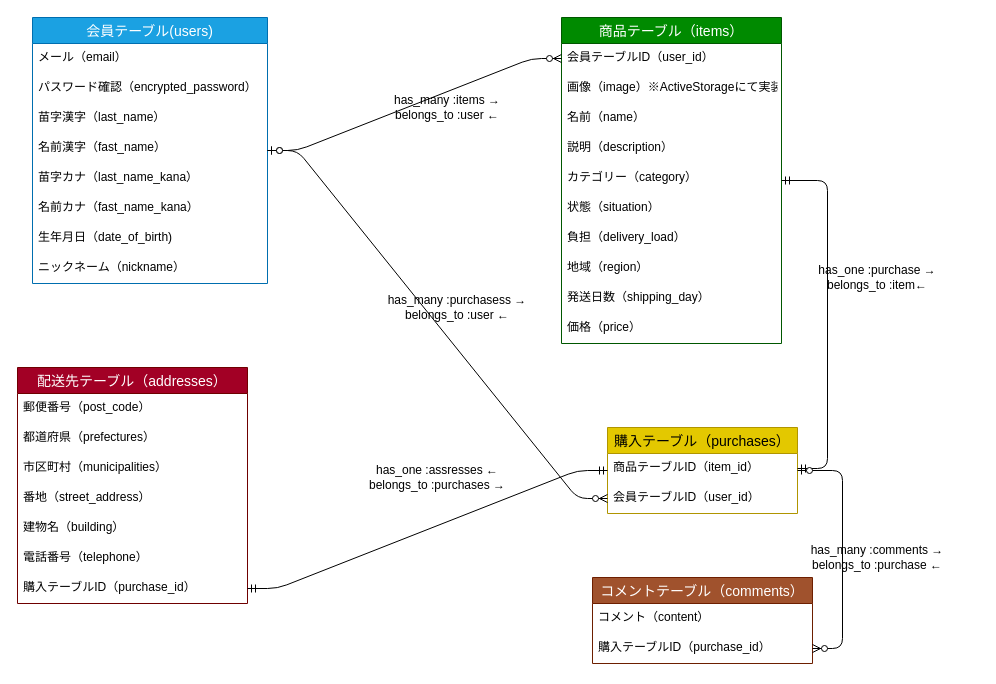
This is furima.dio from soushi0126/furima-39772, a draw.io file, before an edit. Source tidied: cells renumbered, new cells numbered last; positions are measured from the earlier drawing's top-left corner, leaving out a move shared by most shapes. Both pictures are drawn from the tidied source at 100%, with x=0, y=0 at pixel (17, 17).
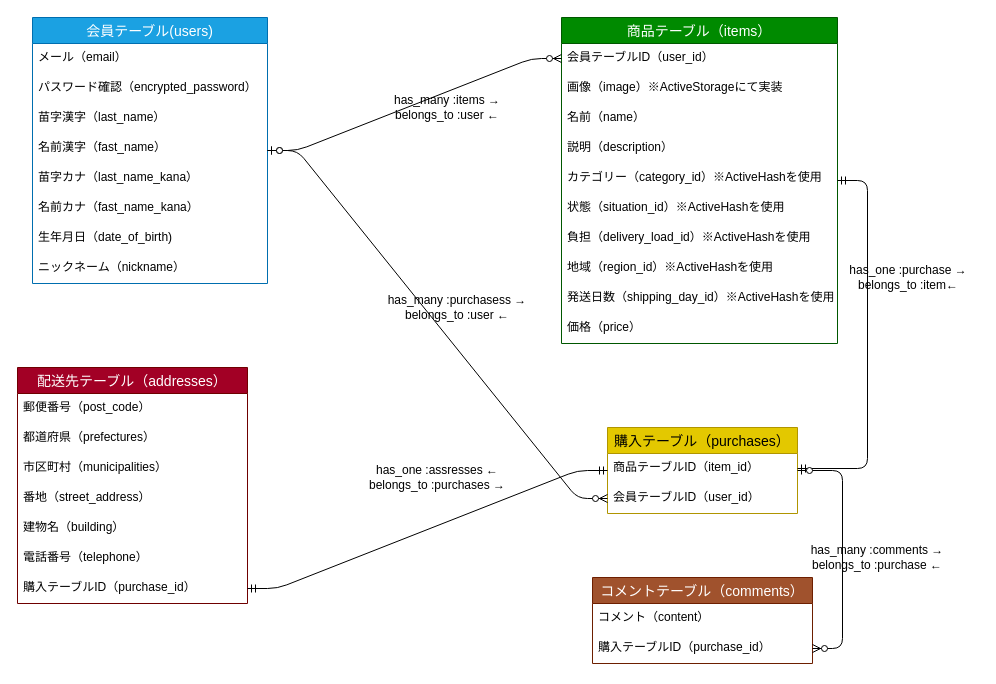
Above is the later version.

Commit message (it also covers changes not shown here):
カラムをActiveHashを用いた設計に変更

What changed in the source:
```diff
@@
     <mxCell id="11" value="商品テーブル（items）" style="swimlane;fontStyle=0;horizontal=1;startSize=26;align=center;fontSize=14;fillColor=#008a00;fontColor=#ffffff;strokeColor=#005700;" parent="1" vertex="1">
-      <mxGeometry x="544" width="220" height="326" as="geometry" />
+      <mxGeometry x="544" width="276" height="326" as="geometry" />
     </mxCell>
     <mxCell id="12" value="会員テーブルID（user_id）" style="text;strokeColor=none;fillColor=none;spacingLeft=4;spacingRight=4;overflow=hidden;points=[[0,0.5],[1,0.5]];portConstraint=eastwest;fontSize=12;" parent="11" vertex="1">
-      <mxGeometry y="26" width="220" height="30" as="geometry" />
+      <mxGeometry y="26" width="276" height="30" as="geometry" />
     </mxCell>
     <mxCell id="13" value="画像（image）※ActiveStorageにて実装" style="text;strokeColor=none;fillColor=none;spacingLeft=4;spacingRight=4;overflow=hidden;fontSize=12;" parent="11" vertex="1">
-      <mxGeometry y="56" width="220" height="30" as="geometry" />
+      <mxGeometry y="56" width="276" height="30" as="geometry" />
     </mxCell>
     <mxCell id="14" value="名前（name）" style="text;strokeColor=none;fillColor=none;spacingLeft=4;spacingRight=4;overflow=hidden;fontSize=12;" parent="11" vertex="1">
-      <mxGeometry y="86" width="220" height="30" as="geometry" />
+      <mxGeometry y="86" width="276" height="30" as="geometry" />
     </mxCell>
     <mxCell id="15" value="説明（description）" style="text;strokeColor=none;fillColor=none;spacingLeft=4;spacingRight=4;overflow=hidden;fontSize=12;" parent="11" vertex="1">
-      <mxGeometry y="116" width="220" height="30" as="geometry" />
+      <mxGeometry y="116" width="276" height="30" as="geometry" />
     </mxCell>
-    <mxCell id="16" value="カテゴリー（category）" style="text;strokeColor=none;fillColor=none;spacingLeft=4;spacingRight=4;overflow=hidden;fontSize=12;" parent="11" vertex="1">
-      <mxGeometry y="146" width="220" height="30" as="geometry" />
+    <mxCell id="16" value="カテゴリー（category_id）※ActiveHashを使用" style="text;strokeColor=none;fillColor=none;spacingLeft=4;spacingRight=4;overflow=hidden;fontSize=12;" parent="11" vertex="1">
+      <mxGeometry y="146" width="276" height="30" as="geometry" />
     </mxCell>
-    <mxCell id="17" value="状態（situation）" style="text;strokeColor=none;fillColor=none;spacingLeft=4;spacingRight=4;overflow=hidden;fontSize=12;" parent="11" vertex="1">
-      <mxGeometry y="176" width="220" height="30" as="geometry" />
+    <mxCell id="17" value="状態（situation_id）※ActiveHashを使用" style="text;strokeColor=none;fillColor=none;spacingLeft=4;spacingRight=4;overflow=hidden;fontSize=12;" parent="11" vertex="1">
+      <mxGeometry y="176" width="276" height="30" as="geometry" />
     </mxCell>
-    <mxCell id="18" value="負担（delivery_load）" style="text;strokeColor=none;fillColor=none;spacingLeft=4;spacingRight=4;overflow=hidden;fontSize=12;" parent="11" vertex="1">
-      <mxGeometry y="206" width="220" height="30" as="geometry" />
+    <mxCell id="18" value="負担（delivery_load_id）※ActiveHashを使用" style="text;strokeColor=none;fillColor=none;spacingLeft=4;spacingRight=4;overflow=hidden;fontSize=12;" parent="11" vertex="1">
+      <mxGeometry y="206" width="276" height="30" as="geometry" />
     </mxCell>
-    <mxCell id="19" value="地域（region）" style="text;strokeColor=none;fillColor=none;spacingLeft=4;spacingRight=4;overflow=hidden;fontSize=12;" parent="11" vertex="1">
-      <mxGeometry y="236" width="220" height="30" as="geometry" />
+    <mxCell id="19" value="地域（region_id）※ActiveHashを使用" style="text;strokeColor=none;fillColor=none;spacingLeft=4;spacingRight=4;overflow=hidden;fontSize=12;" parent="11" vertex="1">
+      <mxGeometry y="236" width="276" height="30" as="geometry" />
     </mxCell>
-    <mxCell id="20" value="発送日数（shipping_day）" style="text;strokeColor=none;fillColor=none;spacingLeft=4;spacingRight=4;overflow=hidden;fontSize=12;" parent="11" vertex="1">
-      <mxGeometry y="266" width="220" height="30" as="geometry" />
+    <mxCell id="20" value="発送日数（shipping_day_id）※ActiveHashを使用" style="text;strokeColor=none;fillColor=none;spacingLeft=4;spacingRight=4;overflow=hidden;fontSize=12;" parent="11" vertex="1">
+      <mxGeometry y="266" width="276" height="30" as="geometry" />
     </mxCell>
     <mxCell id="21" value="価格（price）" style="text;strokeColor=none;fillColor=none;spacingLeft=4;spacingRight=4;overflow=hidden;fontSize=12;" parent="11" vertex="1">
-      <mxGeometry y="296" width="220" height="30" as="geometry" />
+      <mxGeometry y="296" width="276" height="30" as="geometry" />
     </mxCell>
@@
     <mxCell id="44" value="has_one :purchase →&lt;br&gt;belongs_to :item←" style="text;html=1;strokeColor=none;fillColor=none;align=center;verticalAlign=middle;whiteSpace=wrap;rounded=0;" parent="1" vertex="1">
-      <mxGeometry x="790" y="250" width="140" height="20" as="geometry" />
+      <mxGeometry x="821" y="250" width="140" height="20" as="geometry" />
     </mxCell>
```
